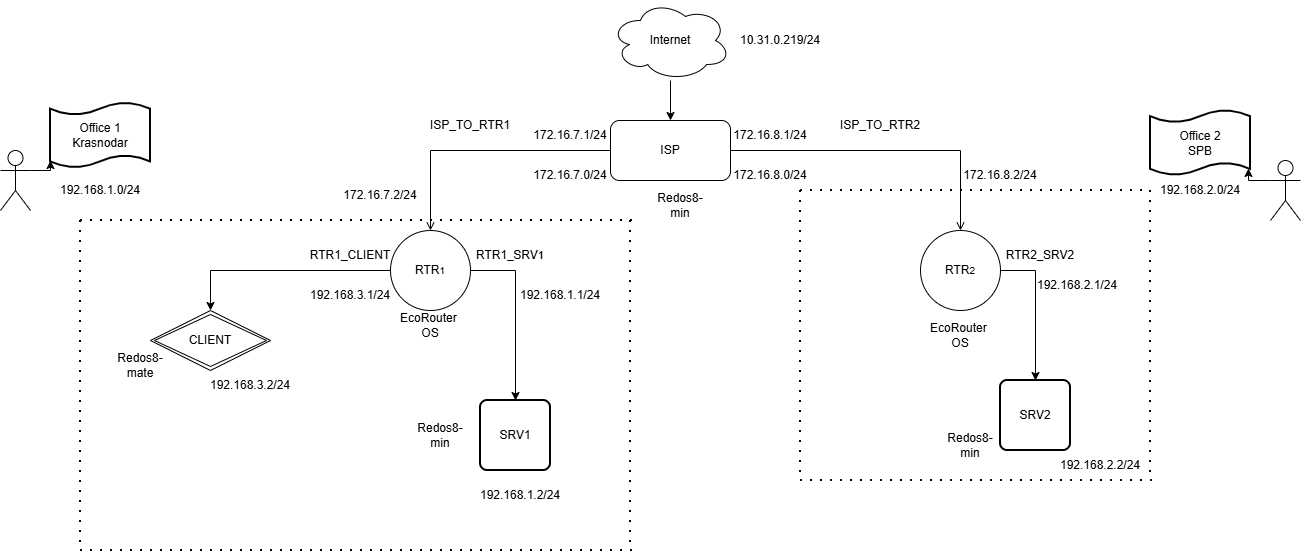
This is Диаграмма без названия.drawio.png from polina497/petrocollege, a draw.io export, as it was before one commit. Source tidied: cells renumbered, new cells last; positions are measured from the earlier drawing's top-left corner, leaving out a move shared by most shapes.
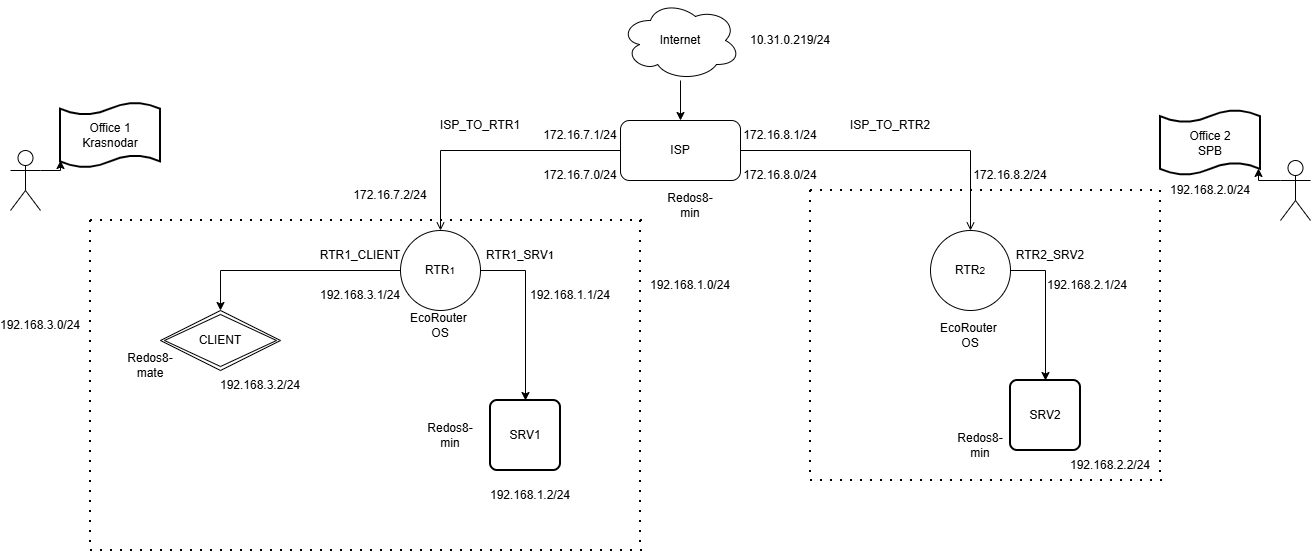
Later version of the same file.

Diff of the diagram source:
```diff
@@ -171,7 +171,7 @@
       <mxGeometry x="740" y="120" width="60" height="30" as="geometry" />
     </mxCell>
     <mxCell id="50" value="192.168.1.0/24" style="text;html=1;whiteSpace=wrap;strokeColor=none;fillColor=none;align=center;verticalAlign=middle;rounded=0;" parent="1" vertex="1">
-      <mxGeometry x="70" y="175" width="60" height="30" as="geometry" />
+      <mxGeometry x="650" y="270" width="60" height="30" as="geometry" />
     </mxCell>
     <mxCell id="51" value="192.168.2.0/24" style="text;html=1;whiteSpace=wrap;strokeColor=none;fillColor=none;align=center;verticalAlign=middle;rounded=0;" parent="1" vertex="1">
       <mxGeometry x="1170" y="175" width="60" height="30" as="geometry" />
@@ -185,5 +185,8 @@
     <mxCell id="54" value="172.16.8.2/24" style="text;html=1;whiteSpace=wrap;strokeColor=none;fillColor=none;align=center;verticalAlign=middle;rounded=0;" parent="1" vertex="1">
       <mxGeometry x="970" y="160" width="60" height="30" as="geometry" />
     </mxCell>
+    <mxCell id="55" value="192.168.3.0/24" style="text;html=1;whiteSpace=wrap;strokeColor=none;fillColor=none;align=center;verticalAlign=middle;rounded=0;" parent="1" vertex="1">
+      <mxGeometry y="310" width="60" height="30" as="geometry" />
+    </mxCell>
   </root>
 </mxGraphModel>
```
